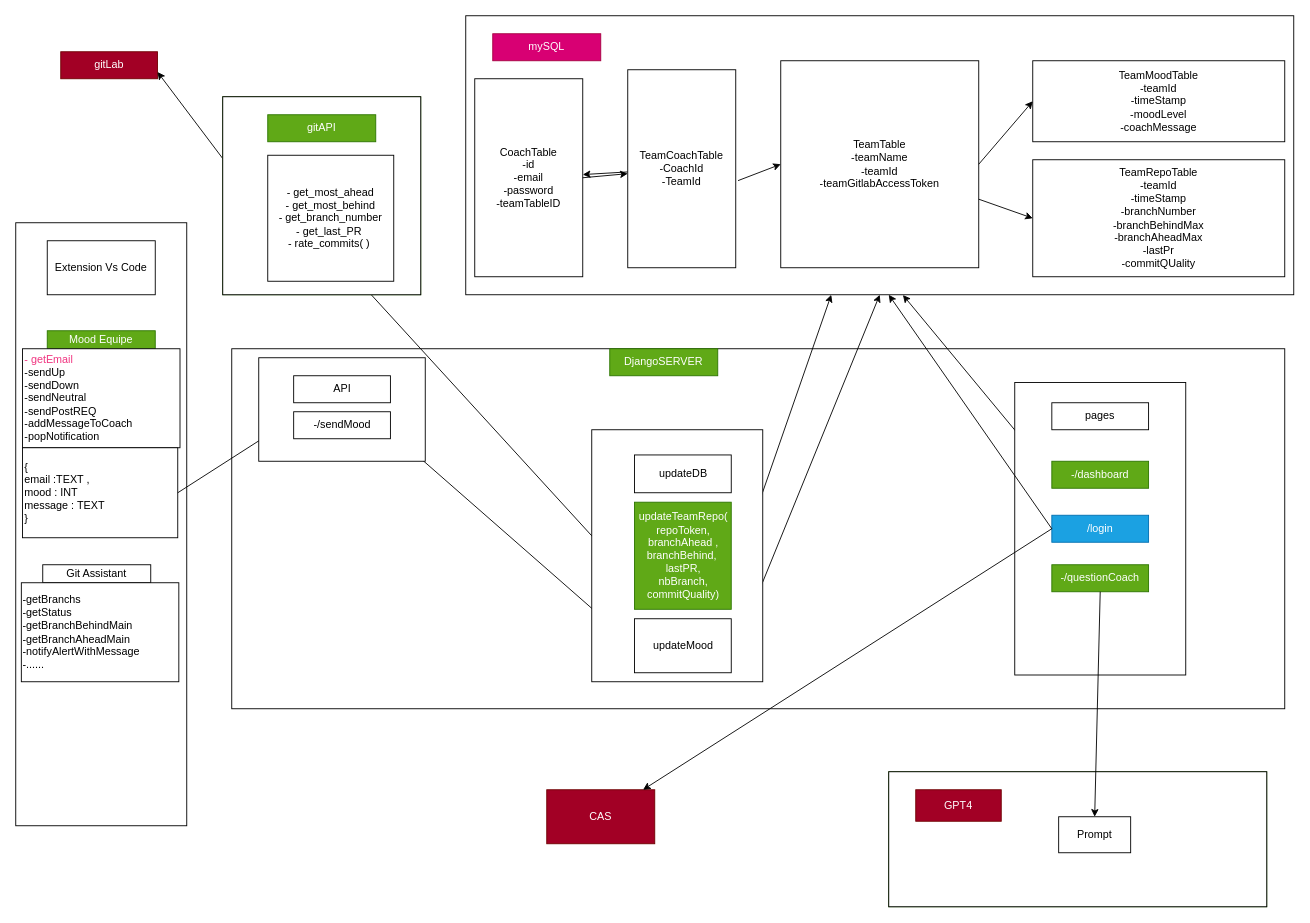
Earlier version of the draw.io diagram architecture.drawio (mohamedali3107/codingcoach). Source tidied: cells renumbered, new cells numbered last; positions are measured from the earlier drawing's top-left corner, leaving out a move shared by most shapes. Both pictures are drawn from the tidied source at 90%, with x=0, y=0 at pixel (15, 15).
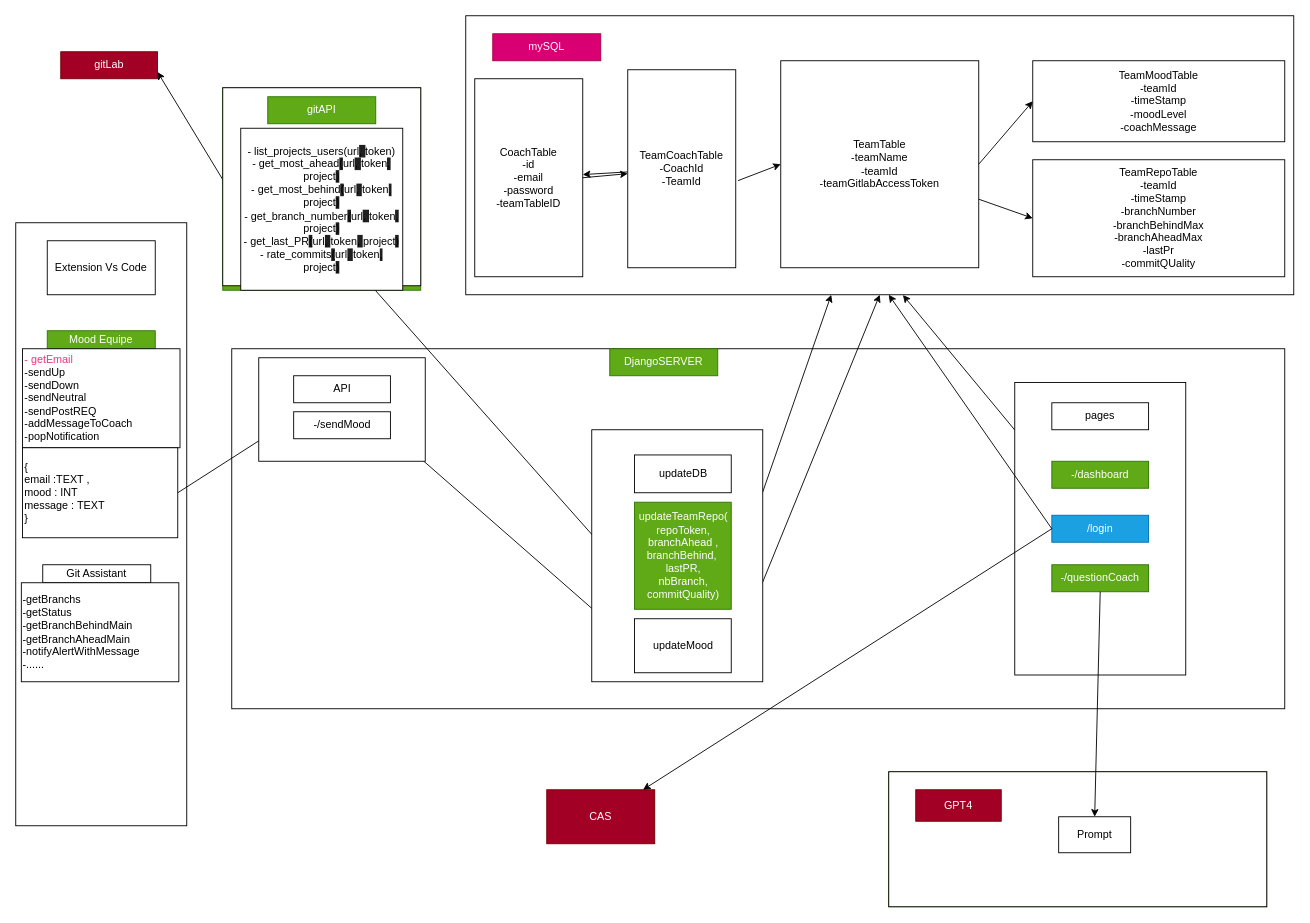
The same page after the edit.

Commit message:
Git API function signatures

Change to the diagram source:
```diff
@@
     <mxCell id="52" style="group;fillColor=#60a917;fontColor=#ffffff;strokeColor=#2D7600;" parent="1" vertex="1">
-      <mxGeometry x="230" y="90" width="220" height="220" as="geometry" />
+      <mxGeometry x="230" y="80" width="220" height="225" as="geometry" />
     </mxCell>
@@
     <mxCell id="54" value="gitAPI" style="rounded=0;whiteSpace=wrap;html=1;fillColor=#60a917;fontColor=#ffffff;strokeColor=#2D7600;" parent="52" vertex="1">
-      <mxGeometry x="50" y="20" width="120" height="30" as="geometry" />
+      <mxGeometry x="50" y="10" width="120" height="30" as="geometry" />
     </mxCell>
-    <mxCell id="55" value="- get_most_ahead&lt;br&gt;- get_most_behind&lt;br&gt;- get_branch_number&lt;br&gt;- get_last_PR&amp;nbsp;&lt;br&gt;- rate_commits( )&amp;nbsp;" style="whiteSpace=wrap;html=1;" parent="52" vertex="1">
-      <mxGeometry x="50" y="65" width="140" height="140" as="geometry" />
+    <mxCell id="55" value="&lt;font style=&quot;font-size: 12px;&quot;&gt;- list_projects_users(url&lt;span style=&quot;background-color: rgb(31, 31, 31);&quot;&gt;, &lt;/span&gt;token&lt;span style=&quot;background-color: initial;&quot;&gt;)&lt;/span&gt;&lt;br&gt;- get_most_ahead&lt;span style=&quot;background-color: rgb(31, 31, 31);&quot;&gt;(&lt;/span&gt;url&lt;span style=&quot;background-color: rgb(31, 31, 31);&quot;&gt;, &lt;/span&gt;token&lt;span style=&quot;background-color: rgb(31, 31, 31);&quot;&gt;, &lt;/span&gt;project&lt;span style=&quot;background-color: rgb(31, 31, 31);&quot;&gt;)&lt;/span&gt;&lt;br&gt;- get_most_behind&lt;span style=&quot;background-color: rgb(31, 31, 31);&quot;&gt;(&lt;/span&gt;url&lt;span style=&quot;background-color: rgb(31, 31, 31);&quot;&gt;, &lt;/span&gt;token&lt;span style=&quot;background-color: rgb(31, 31, 31);&quot;&gt;, &lt;/span&gt;project&lt;span style=&quot;background-color: rgb(31, 31, 31);&quot;&gt;)&lt;/span&gt;&lt;br&gt;- get_branch_number&lt;span style=&quot;background-color: rgb(31, 31, 31);&quot;&gt;(&lt;/span&gt;url&lt;span style=&quot;background-color: rgb(31, 31, 31);&quot;&gt;, &lt;/span&gt;token&lt;span style=&quot;background-color: rgb(31, 31, 31);&quot;&gt;, &lt;/span&gt;project&lt;span style=&quot;background-color: rgb(31, 31, 31);&quot;&gt;)&lt;/span&gt;&lt;br&gt;- get_last_PR&lt;span style=&quot;background-color: rgb(31, 31, 31);&quot;&gt;(&lt;/span&gt;url&lt;span style=&quot;background-color: rgb(31, 31, 31);&quot;&gt;, &lt;/span&gt;token&lt;span style=&quot;background-color: rgb(31, 31, 31);&quot;&gt;, &lt;/span&gt;project&lt;span style=&quot;background-color: rgb(31, 31, 31);&quot;&gt;)&lt;/span&gt;&lt;br&gt;- rate_commits&lt;span style=&quot;background-color: rgb(31, 31, 31);&quot;&gt;(&lt;/span&gt;url&lt;span style=&quot;background-color: rgb(31, 31, 31);&quot;&gt;, &lt;/span&gt;token&lt;span style=&quot;background-color: rgb(31, 31, 31);&quot;&gt;, &lt;/span&gt;project&lt;span style=&quot;background-color: rgb(31, 31, 31);&quot;&gt;)&lt;/span&gt;&lt;/font&gt;" style="whiteSpace=wrap;html=1;" parent="52" vertex="1">
+      <mxGeometry x="20" y="45" width="180" height="180" as="geometry" />
     </mxCell>
```
